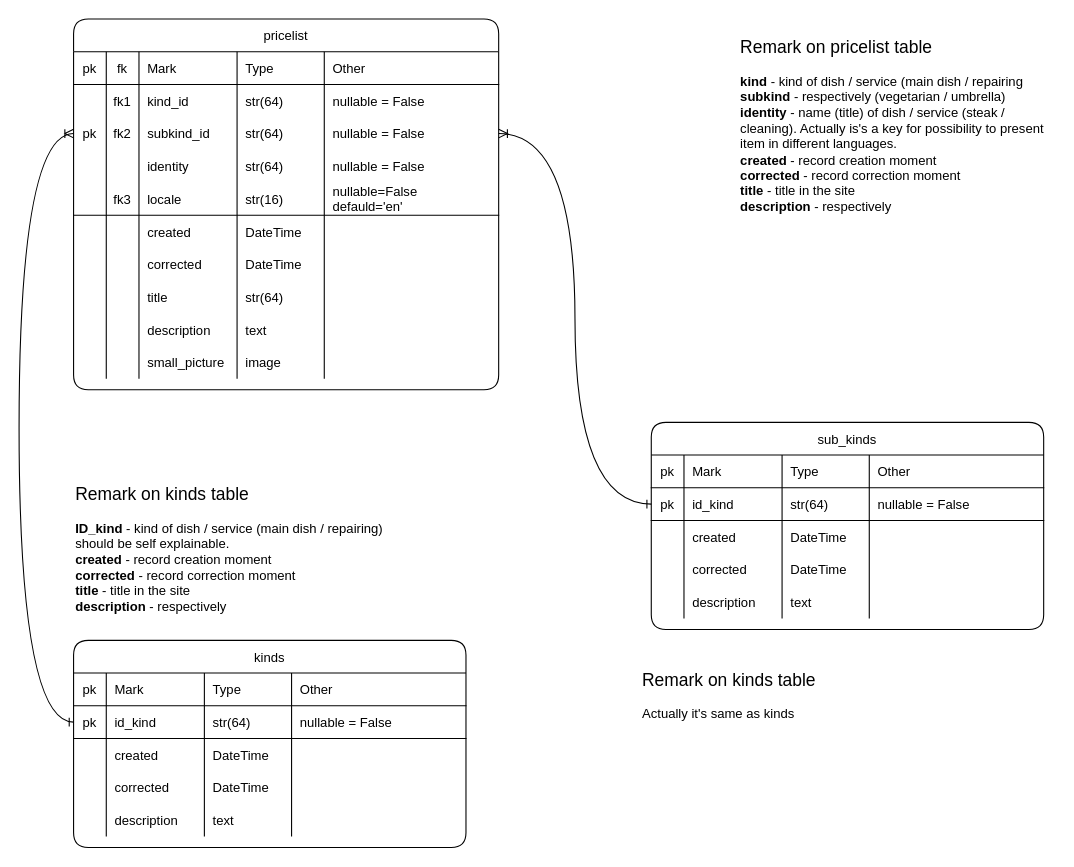
The draw.io diagram page "price list tables" (5 of 10) of market-coffee.drawio in Sergey190309/220415-market-caffee, before the edit. Source tidied: cells renumbered, new cells numbered last; positions are measured from the earlier drawing's top-left corner, leaving out a move shared by most shapes. Both pictures are drawn from the tidied source at 109%, with x=0, y=0 at pixel (19, 19).
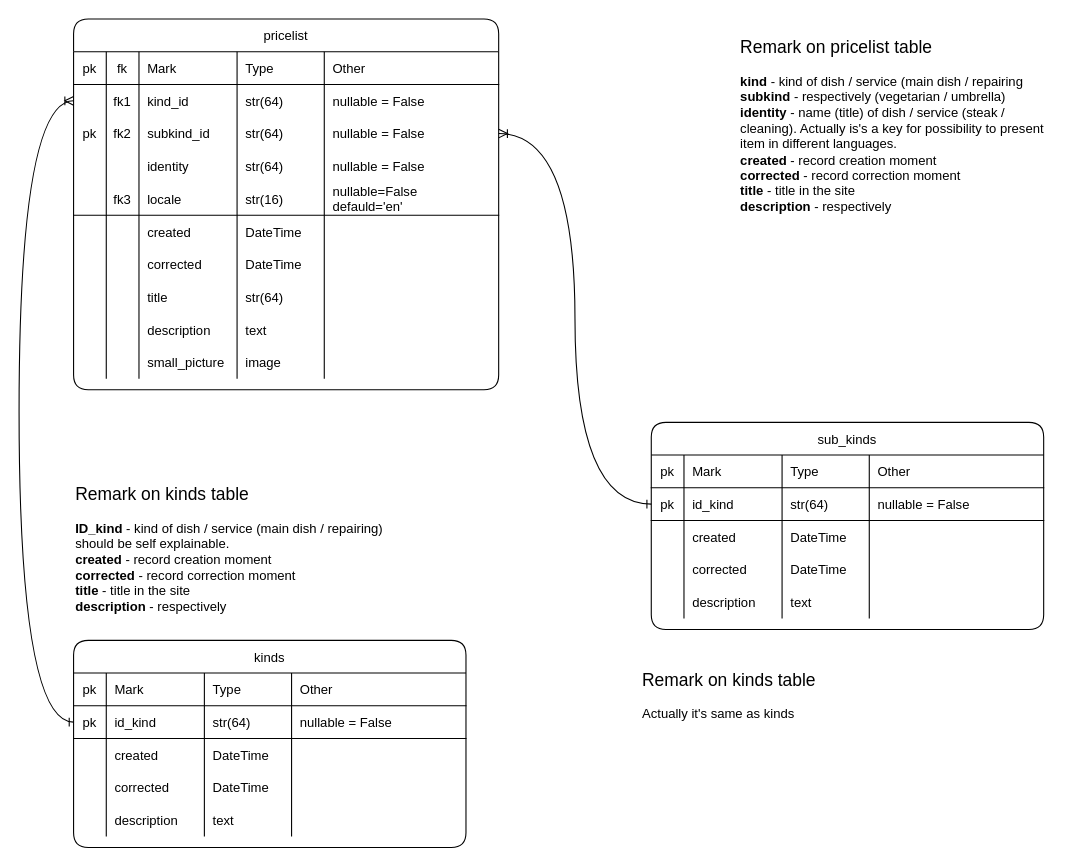
Above is the later version.

The change refers to these unchanged cells:
```xml
<mxCell id="9" style="shape=partialRectangle;fillColor=none;top=0;left=0;bottom=0;right=0;points=[[0,0.5],[1,0.5]];portConstraint=eastwest;fontStyle=5;rounded=1;" parent="2" vertex="1">
  <mxGeometry y="60" width="390" height="30" as="geometry" />
</mxCell>
<mxCell id="15" style="shape=partialRectangle;fillColor=none;top=0;left=0;bottom=0;right=0;points=[[0,0.5],[1,0.5]];portConstraint=eastwest;fontStyle=5;rounded=1;" parent="2" vertex="1">
  <mxGeometry y="90" width="390" height="30" as="geometry" />
</mxCell>
<mxCell id="69" style="shape=partialRectangle;fillColor=none;top=0;left=0;bottom=1;right=0;points=[[0,0.5],[1,0.5]];portConstraint=eastwest;fontStyle=5;rounded=1;" parent="63" vertex="1">
  <mxGeometry y="60" width="360" height="30" as="geometry" />
</mxCell>
```

Change to the diagram source:
```diff
@@
-    <mxCell id="117" style="edgeStyle=orthogonalEdgeStyle;rounded=0;jettySize=auto;html=1;entryX=0;entryY=0.5;entryDx=0;entryDy=0;curved=1;endArrow=ERoneToMany;endFill=0;startArrow=ERone;startFill=0;exitX=0;exitY=0.5;exitDx=0;exitDy=0;" parent="115" edge="1" source="69" target="15">
+    <mxCell id="117" style="edgeStyle=orthogonalEdgeStyle;rounded=0;jettySize=auto;html=1;entryX=0;entryY=0.5;entryDx=0;entryDy=0;curved=1;endArrow=ERoneToMany;endFill=0;startArrow=ERone;startFill=0;exitX=0;exitY=0.5;exitDx=0;exitDy=0;" parent="115" edge="1" source="69" target="9">
       <mxGeometry relative="1" as="geometry">
         <Array as="points">
           <mxPoint y="645" />
-          <mxPoint y="105" />
+          <mxPoint y="75" />
         </Array>
       </mxGeometry>
     </mxCell>
```
